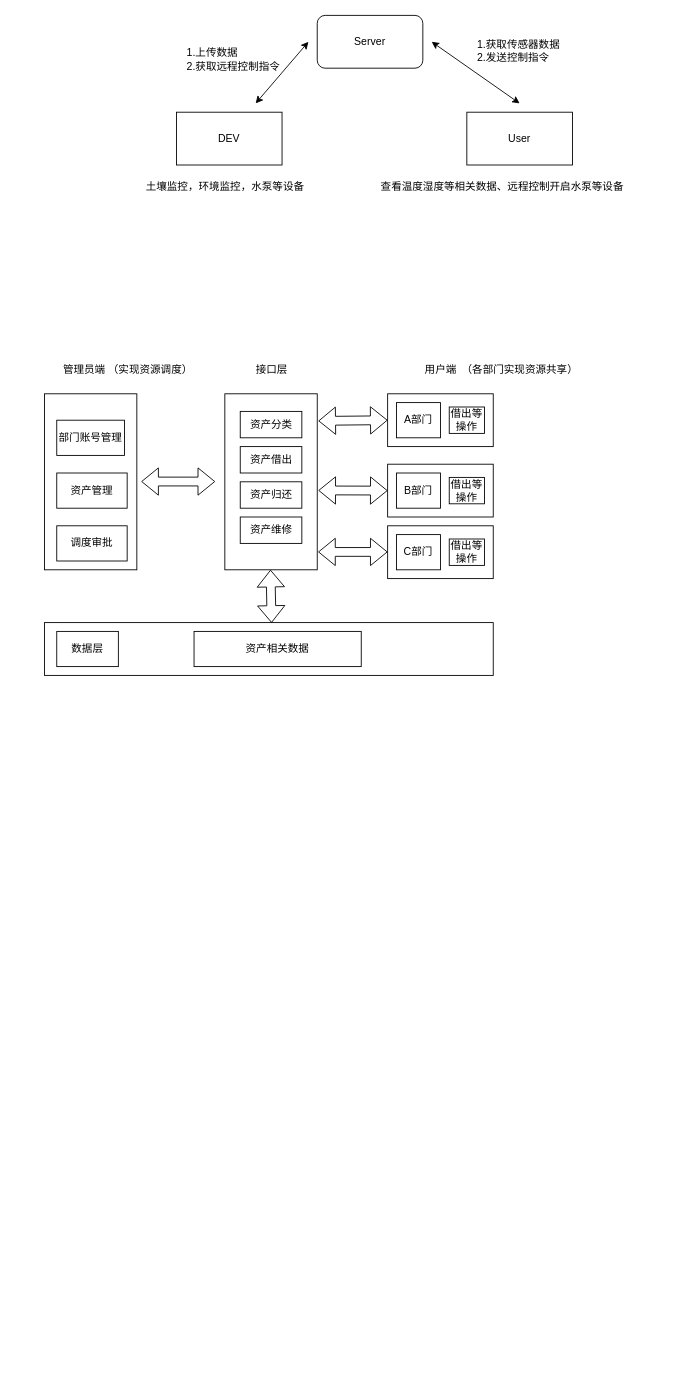
The draw.io diagram page "第 1 页" (1 of 2) of 毕设代做.drawio in yyy-router/drawio, before the edit. Source tidied: cells renumbered, new cells numbered last; positions are measured from the earlier drawing's top-left corner, leaving out a move shared by most shapes. Both pictures are drawn from the tidied source at 88%, with x=0, y=0 at pixel (44, 15).
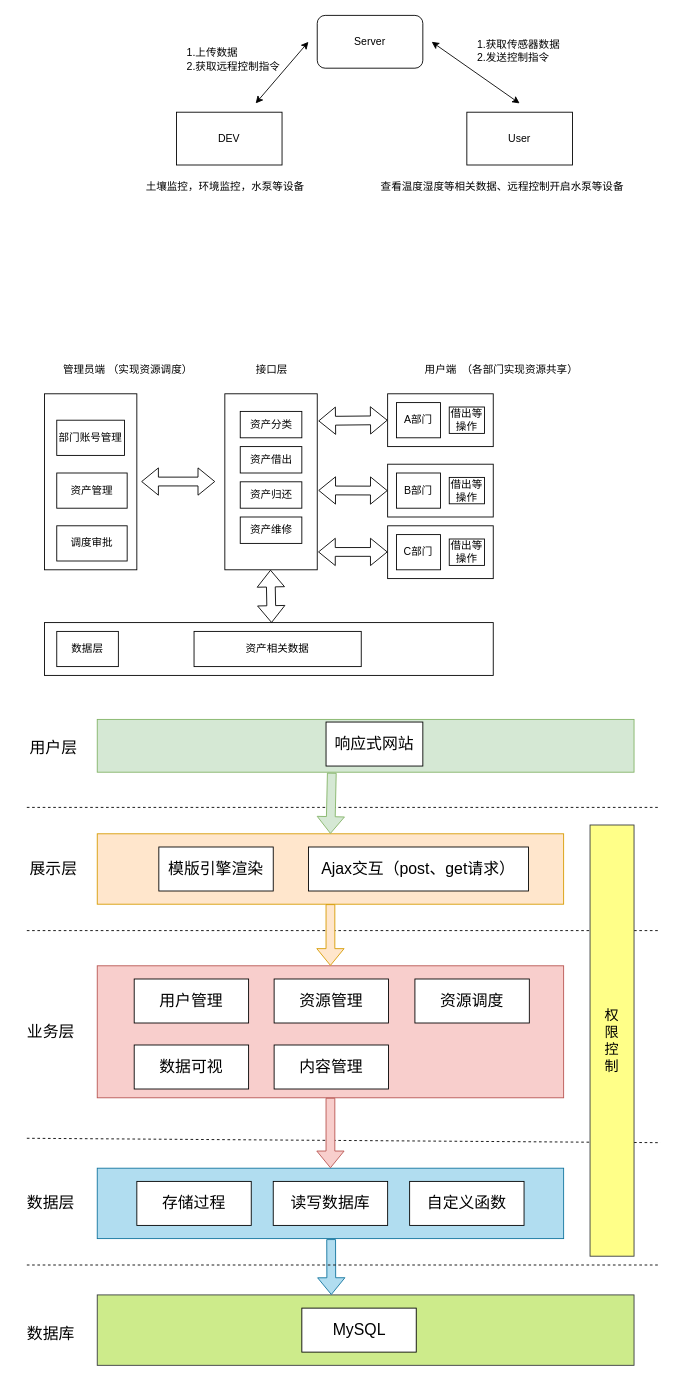
After the change.

Commit message:
更新毕设代做.drawio

Diff of the diagram source:
```diff
@@
+    <mxCell id="42" style="endArrow=none;dashed=1;html=1;rounded=0;" parent="1" edge="1">
+      <mxGeometry relative="1" as="geometry">
+        <mxPoint x="-20" y="900" as="sourcePoint" />
+        <mxPoint x="700" y="900" as="targetPoint" />
+      </mxGeometry>
+    </mxCell>
@@
+    <mxCell id="43" style="rounded=0;whiteSpace=wrap;html=1;fillColor=#d5e8d4;strokeColor=#82b366;" parent="1" vertex="1">
+      <mxGeometry x="60" y="800" width="610" height="60" as="geometry" />
+    </mxCell>
+    <mxCell id="44" value="&lt;font style=&quot;font-size: 18px;&quot;&gt;响应式网站&lt;/font&gt;" style="rounded=0;whiteSpace=wrap;html=1;" parent="1" vertex="1">
+      <mxGeometry x="320" y="803" width="110" height="50" as="geometry" />
+    </mxCell>
+    <mxCell id="45" style="rounded=0;whiteSpace=wrap;html=1;fillColor=#ffe6cc;strokeColor=#d79b00;" parent="1" vertex="1">
+      <mxGeometry x="60" y="930" width="530" height="80" as="geometry" />
+    </mxCell>
+    <mxCell id="46" style="shape=flexArrow;endArrow=classic;html=1;rounded=0;exitX=0.437;exitY=1.011;exitDx=0;exitDy=0;entryX=0.5;entryY=0;entryDx=0;entryDy=0;fillColor=#d5e8d4;strokeColor=#82b366;exitPerimeter=0;" parent="1" edge="1" source="43" target="45">
+      <mxGeometry relative="1" as="geometry" />
+    </mxCell>
+    <mxCell id="47" value="&lt;font style=&quot;font-size: 18px;&quot;&gt;用户层&lt;/font&gt;" style="text;html=1;align=center;verticalAlign=middle;strokeColor=none;fillColor=none;" parent="1" vertex="1">
+      <mxGeometry x="-30" y="813" width="80" height="40" as="geometry" />
+    </mxCell>
+    <mxCell id="48" value="&lt;font style=&quot;font-size: 18px;&quot;&gt;模版引擎渲染&lt;/font&gt;" style="rounded=0;whiteSpace=wrap;html=1;" parent="1" vertex="1">
+      <mxGeometry x="130" y="945" width="130" height="50" as="geometry" />
+    </mxCell>
+    <mxCell id="49" value="&lt;span style=&quot;font-size: 18px;&quot;&gt;Ajax交互（post、get请求）&lt;/span&gt;" style="rounded=0;whiteSpace=wrap;html=1;" parent="1" vertex="1">
+      <mxGeometry x="300" y="945" width="250" height="50" as="geometry" />
+    </mxCell>
+    <mxCell id="50" value="&lt;font style=&quot;font-size: 18px;&quot;&gt;展示层&lt;/font&gt;" style="text;html=1;align=center;verticalAlign=middle;strokeColor=none;fillColor=none;" parent="1" vertex="1">
+      <mxGeometry x="-30" y="950" width="80" height="40" as="geometry" />
+    </mxCell>
+    <mxCell id="51" style="rounded=0;whiteSpace=wrap;html=1;fillColor=#f8cecc;strokeColor=#b85450;" parent="1" vertex="1">
+      <mxGeometry x="60" y="1080" width="530" height="150" as="geometry" />
+    </mxCell>
+    <mxCell id="52" style="endArrow=none;dashed=1;html=1;rounded=0;" parent="1" edge="1">
+      <mxGeometry relative="1" as="geometry">
+        <mxPoint x="-20" y="1040" as="sourcePoint" />
+        <mxPoint x="700" y="1040" as="targetPoint" />
+      </mxGeometry>
+    </mxCell>
+    <mxCell id="53" value="&lt;span style=&quot;font-size: 18px;&quot;&gt;用户管理&lt;/span&gt;" style="rounded=0;whiteSpace=wrap;html=1;" parent="1" vertex="1">
+      <mxGeometry x="102" y="1095" width="130" height="50" as="geometry" />
+    </mxCell>
+    <mxCell id="54" value="&lt;font style=&quot;font-size: 18px;&quot;&gt;业务层&lt;/font&gt;" style="text;html=1;align=center;verticalAlign=middle;strokeColor=none;fillColor=none;" parent="1" vertex="1">
+      <mxGeometry x="-33" y="1135" width="80" height="40" as="geometry" />
+    </mxCell>
+    <mxCell id="55" value="&lt;span style=&quot;font-size: 18px;&quot;&gt;资源管理&lt;/span&gt;" style="rounded=0;whiteSpace=wrap;html=1;" parent="1" vertex="1">
+      <mxGeometry x="261" y="1095" width="130" height="50" as="geometry" />
+    </mxCell>
+    <mxCell id="56" value="&lt;span style=&quot;font-size: 18px;&quot;&gt;资源调度&lt;/span&gt;" style="rounded=0;whiteSpace=wrap;html=1;" parent="1" vertex="1">
+      <mxGeometry x="421" y="1095" width="130" height="50" as="geometry" />
+    </mxCell>
+    <mxCell id="57" value="&lt;span style=&quot;font-size: 18px;&quot;&gt;数据可视&lt;/span&gt;" style="rounded=0;whiteSpace=wrap;html=1;" parent="1" vertex="1">
+      <mxGeometry x="102" y="1170" width="130" height="50" as="geometry" />
+    </mxCell>
+    <mxCell id="58" value="&lt;span style=&quot;font-size: 18px;&quot;&gt;内容管理&lt;/span&gt;" style="rounded=0;whiteSpace=wrap;html=1;" parent="1" vertex="1">
+      <mxGeometry x="261" y="1170" width="130" height="50" as="geometry" />
+    </mxCell>
+    <mxCell id="59" style="shape=flexArrow;endArrow=classic;html=1;rounded=0;exitX=0.5;exitY=1;exitDx=0;exitDy=0;fillColor=#ffe6cc;strokeColor=#d79b00;" parent="1" edge="1" source="45" target="51">
+      <mxGeometry relative="1" as="geometry" />
+    </mxCell>
+    <mxCell id="60" style="rounded=0;whiteSpace=wrap;html=1;fillColor=#b1ddf0;strokeColor=#10739e;" parent="1" vertex="1">
+      <mxGeometry x="60" y="1310" width="530" height="80" as="geometry" />
+    </mxCell>
+    <mxCell id="61" value="&lt;span style=&quot;font-size: 18px;&quot;&gt;存储过程&lt;/span&gt;" style="rounded=0;whiteSpace=wrap;html=1;" parent="1" vertex="1">
+      <mxGeometry x="105" y="1325" width="130" height="50" as="geometry" />
+    </mxCell>
+    <mxCell id="62" value="&lt;font style=&quot;font-size: 18px;&quot;&gt;数据层&lt;/font&gt;" style="text;html=1;align=center;verticalAlign=middle;strokeColor=none;fillColor=none;" parent="1" vertex="1">
+      <mxGeometry x="-33" y="1330" width="80" height="40" as="geometry" />
+    </mxCell>
+    <mxCell id="63" value="&lt;span style=&quot;font-size: 18px;&quot;&gt;读写数据库&lt;/span&gt;" style="rounded=0;whiteSpace=wrap;html=1;" parent="1" vertex="1">
+      <mxGeometry x="260" y="1325" width="130" height="50" as="geometry" />
+    </mxCell>
+    <mxCell id="64" value="&lt;span style=&quot;font-size: 18px;&quot;&gt;自定义函数&lt;/span&gt;" style="rounded=0;whiteSpace=wrap;html=1;" parent="1" vertex="1">
+      <mxGeometry x="415" y="1325" width="130" height="50" as="geometry" />
+    </mxCell>
+    <mxCell id="65" style="endArrow=none;dashed=1;html=1;rounded=0;" parent="1" edge="1">
+      <mxGeometry relative="1" as="geometry">
+        <mxPoint x="-20" y="1276" as="sourcePoint" />
+        <mxPoint x="700" y="1281" as="targetPoint" />
+      </mxGeometry>
+    </mxCell>
+    <mxCell id="66" style="shape=flexArrow;endArrow=classic;html=1;rounded=0;exitX=0.5;exitY=1;exitDx=0;exitDy=0;entryX=0.5;entryY=0;entryDx=0;entryDy=0;fillColor=#f8cecc;strokeColor=#b85450;" parent="1" edge="1" source="51" target="60">
+      <mxGeometry relative="1" as="geometry" />
+    </mxCell>
+    <mxCell id="67" style="rounded=0;whiteSpace=wrap;html=1;fillColor=#cdeb8b;strokeColor=#36393d;" parent="1" vertex="1">
+      <mxGeometry x="60" y="1454" width="610" height="80" as="geometry" />
+    </mxCell>
+    <mxCell id="68" value="&lt;span style=&quot;font-size: 18px;&quot;&gt;MySQL&lt;/span&gt;" style="rounded=0;whiteSpace=wrap;html=1;" parent="1" vertex="1">
+      <mxGeometry x="292.5" y="1469" width="130" height="50" as="geometry" />
+    </mxCell>
+    <mxCell id="69" style="shape=flexArrow;endArrow=classic;html=1;rounded=0;exitX=0.575;exitY=1.008;exitDx=0;exitDy=0;entryX=0.5;entryY=0;entryDx=0;entryDy=0;fillColor=#b1ddf0;strokeColor=#10739e;exitPerimeter=0;" parent="1" edge="1">
+      <mxGeometry relative="1" as="geometry">
+        <mxPoint x="325.8" y="1390.6" as="sourcePoint" />
+        <mxPoint x="326" y="1454" as="targetPoint" />
+      </mxGeometry>
+    </mxCell>
+    <mxCell id="70" value="&lt;font style=&quot;font-size: 18px;&quot;&gt;数据库&lt;/font&gt;" style="text;html=1;align=center;verticalAlign=middle;strokeColor=none;fillColor=none;" parent="1" vertex="1">
+      <mxGeometry x="-33" y="1479" width="80" height="40" as="geometry" />
+    </mxCell>
+    <mxCell id="71" style="endArrow=none;dashed=1;html=1;rounded=0;" parent="1" edge="1">
+      <mxGeometry relative="1" as="geometry">
+        <mxPoint x="-20" y="1420" as="sourcePoint" />
+        <mxPoint x="700" y="1420" as="targetPoint" />
+      </mxGeometry>
+    </mxCell>
+    <mxCell id="72" value="&lt;font size=&quot;3&quot;&gt;权&lt;/font&gt;&lt;div&gt;&lt;font size=&quot;3&quot;&gt;限&lt;/font&gt;&lt;/div&gt;&lt;div&gt;&lt;font size=&quot;3&quot;&gt;控&lt;/font&gt;&lt;/div&gt;&lt;div&gt;&lt;font size=&quot;3&quot;&gt;制&lt;/font&gt;&lt;/div&gt;" style="rounded=0;whiteSpace=wrap;html=1;fillColor=#ffff88;strokeColor=#36393d;" parent="1" vertex="1">
+      <mxGeometry x="620" y="920" width="50" height="490" as="geometry" />
+    </mxCell>
```
